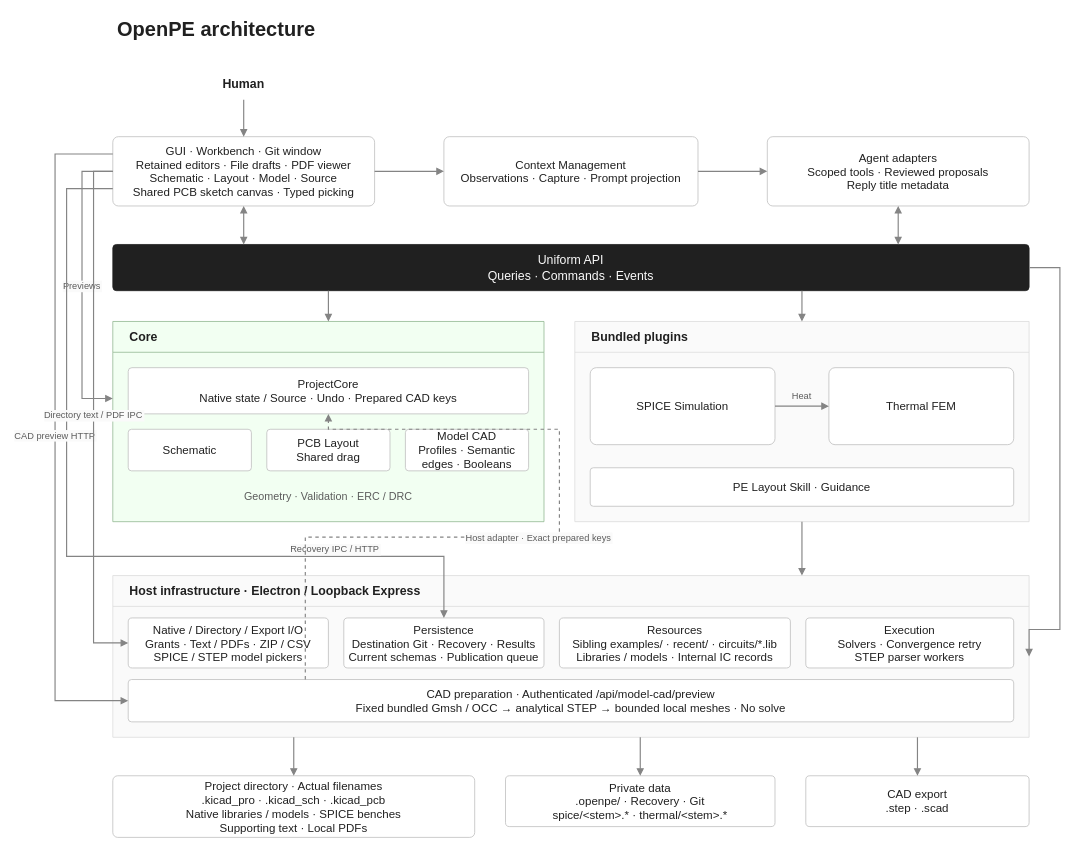
The draw.io diagram assets/architecture.drawio in Open-Power-Electronics/OpenPE, before the edit. Source tidied: cells renumbered, new cells numbered last; positions are measured from the earlier drawing's top-left corner, leaving out a move shared by most shapes. Both pictures are drawn from the tidied source at 77%, with x=0, y=0 at pixel (55, 13).
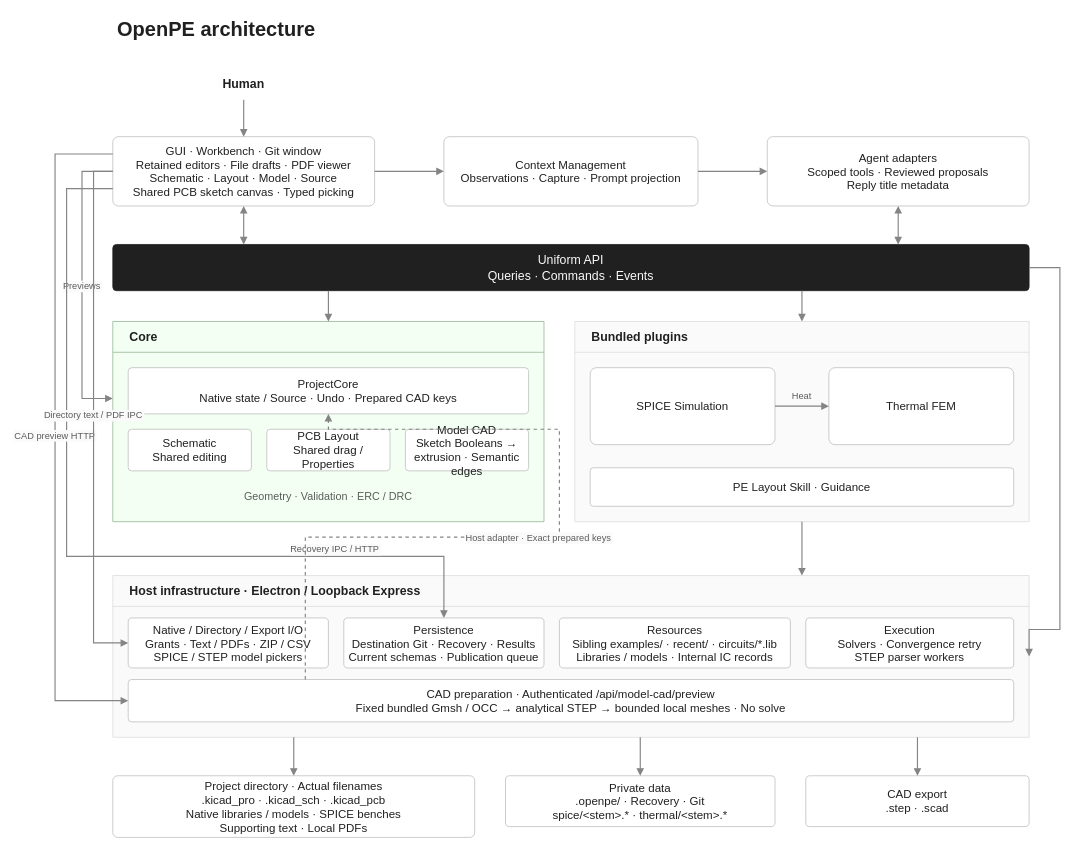
Above is the later version.

Unchanged cells that the change refers to:
```xml
<mxCell id="8" value="Core" style="swimlane;html=0;whiteSpace=wrap;fontFamily=Arial;fontSize=16;fontColor=#202020;fillColor=#f2fff2;strokeColor=#8fb58f;strokeWidth=1;shadow=0;arcSize=8;fontStyle=1;align=left;verticalAlign=middle;horizontal=1;startSize=40;swimlaneFillColor=#f2fff2;spacingLeft=20;" parent="1" vertex="1">
  <mxGeometry x="75" y="400" width="560" height="260" as="geometry" />
</mxCell>
```

Change to the diagram source:
```diff
@@
-    <mxCell id="10" value="Schematic" style="rounded=1;html=0;whiteSpace=wrap;fontFamily=Arial;fontSize=15;fontColor=#202020;fillColor=#ffffff;strokeColor=#bdbdbd;strokeWidth=1;shadow=0;arcSize=8;fontStyle=0;align=center;verticalAlign=middle;spacing=6;" parent="8" vertex="1">
+    <mxCell id="10" value="Schematic&#10;Shared editing" style="rounded=1;html=0;whiteSpace=wrap;fontFamily=Arial;fontSize=15;fontColor=#202020;fillColor=#ffffff;strokeColor=#bdbdbd;strokeWidth=1;shadow=0;arcSize=8;fontStyle=0;align=center;verticalAlign=middle;spacing=6;" parent="8" vertex="1">
       <mxGeometry x="20" y="140" width="160" height="54" as="geometry" />
     </mxCell>
-    <mxCell id="11" value="PCB Layout&#10;Shared drag" style="rounded=1;html=0;whiteSpace=wrap;fontFamily=Arial;fontSize=15;fontColor=#202020;fillColor=#ffffff;strokeColor=#bdbdbd;strokeWidth=1;shadow=0;arcSize=8;fontStyle=0;align=center;verticalAlign=middle;spacing=6;" parent="8" vertex="1">
+    <mxCell id="11" value="PCB Layout&#10;Shared drag / Properties" style="rounded=1;html=0;whiteSpace=wrap;fontFamily=Arial;fontSize=15;fontColor=#202020;fillColor=#ffffff;strokeColor=#bdbdbd;strokeWidth=1;shadow=0;arcSize=8;fontStyle=0;align=center;verticalAlign=middle;spacing=6;" parent="8" vertex="1">
       <mxGeometry x="200" y="140" width="160" height="54" as="geometry" />
     </mxCell>
-    <mxCell id="12" value="Model CAD&#10;Profiles · Semantic edges · Booleans" style="rounded=1;html=0;whiteSpace=wrap;fontFamily=Arial;fontSize=15;fontColor=#202020;fillColor=#ffffff;strokeColor=#bdbdbd;strokeWidth=1;shadow=0;arcSize=8;fontStyle=0;align=center;verticalAlign=middle;spacing=6;" parent="8" vertex="1">
+    <mxCell id="12" value="Model CAD&#10;Sketch Booleans → extrusion · Semantic edges" style="rounded=1;html=0;whiteSpace=wrap;fontFamily=Arial;fontSize=15;fontColor=#202020;fillColor=#ffffff;strokeColor=#bdbdbd;strokeWidth=1;shadow=0;arcSize=8;fontStyle=0;align=center;verticalAlign=middle;spacing=6;" parent="8" vertex="1">
       <mxGeometry x="380" y="140" width="160" height="54" as="geometry" />
     </mxCell>
```
